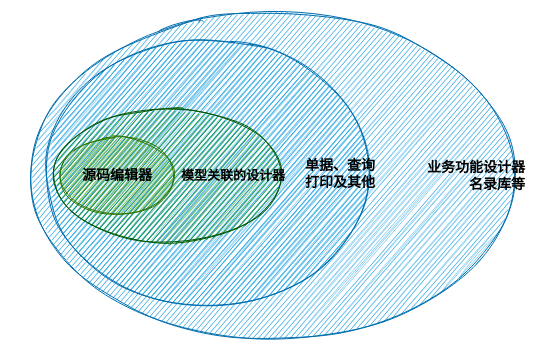
lornezhang66/draw.io keeps this draw.io diagram as page "设计期的多层次抽象" (2 of 3) of 轻量级业务构建体系.drawio. Above is the earlier version. Source tidied: cells renumbered, new cells numbered last; positions are measured from the earlier drawing's top-left corner, leaving out a move shared by most shapes. Both pictures are drawn from the tidied source at 100%, with x=0, y=0 at pixel (17, 17).
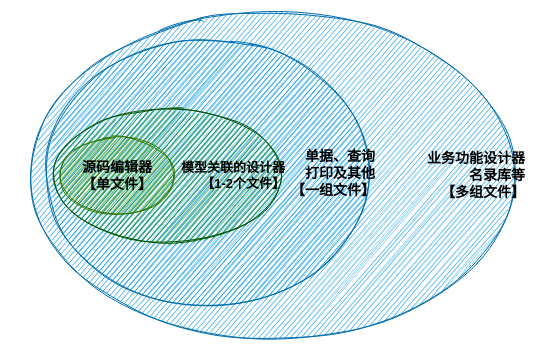
Above is the later version.

The edit, as a diff of the source:
```diff
@@
 <mxGraphModel>
   <root>
     <mxCell id="0" />
     <mxCell id="1" parent="0" />
-    <mxCell id="2" value="业务功能设计器&lt;br&gt;名录库等" style="ellipse;whiteSpace=wrap;html=1;rounded=1;glass=0;labelBackgroundColor=none;strokeColor=#006EAF;fillColor=#1ba1e2;align=right;fontStyle=1;fontColor=#000000;shadow=0;fontSize=14;sketch=1;" parent="1" vertex="1">
+    <mxCell id="2" value="&lt;blockquote style=&quot;margin: 0 0 0 40px; border: none; padding: 0px;&quot;&gt;&lt;blockquote style=&quot;margin: 0 0 0 40px; border: none; padding: 0px;&quot;&gt;&lt;blockquote style=&quot;margin: 0 0 0 40px; border: none; padding: 0px;&quot;&gt;&lt;blockquote style=&quot;margin: 0 0 0 40px; border: none; padding: 0px;&quot;&gt;业务功能设计器&lt;/blockquote&gt;&lt;/blockquote&gt;&lt;/blockquote&gt;&lt;blockquote style=&quot;margin: 0 0 0 40px; border: none; padding: 0px;&quot;&gt;&lt;blockquote style=&quot;margin: 0 0 0 40px; border: none; padding: 0px;&quot;&gt;&lt;blockquote style=&quot;margin: 0 0 0 40px; border: none; padding: 0px;&quot;&gt;名录库等&lt;/blockquote&gt;&lt;/blockquote&gt;&lt;/blockquote&gt;&lt;blockquote style=&quot;margin: 0 0 0 40px; border: none; padding: 0px;&quot;&gt;&lt;blockquote style=&quot;margin: 0 0 0 40px; border: none; padding: 0px;&quot;&gt;&lt;blockquote style=&quot;margin: 0 0 0 40px; border: none; padding: 0px;&quot;&gt;【多组文件】&lt;/blockquote&gt;&lt;/blockquote&gt;&lt;/blockquote&gt;&lt;/blockquote&gt;" style="ellipse;whiteSpace=wrap;html=1;rounded=1;glass=0;labelBackgroundColor=none;strokeColor=#006EAF;fillColor=#1ba1e2;align=right;fontStyle=1;fontColor=#000000;shadow=0;fontSize=14;sketch=1;" parent="1" vertex="1">
       <mxGeometry y="0.5" width="510" height="315" as="geometry" />
     </mxCell>
-    <mxCell id="3" value="单据、查询&lt;br&gt;打印及其他" style="ellipse;whiteSpace=wrap;html=1;rounded=1;glass=0;labelBackgroundColor=none;strokeColor=#006EAF;fillColor=#1ba1e2;align=right;fontStyle=1;fontColor=#000000;shadow=0;fontSize=14;sketch=1;" parent="1" vertex="1">
+    <mxCell id="3" value="单据、查询&lt;br&gt;打印及其他&lt;br&gt;【一组文件】" style="ellipse;whiteSpace=wrap;html=1;rounded=1;glass=0;labelBackgroundColor=none;strokeColor=#006EAF;fillColor=#1ba1e2;align=right;fontStyle=1;fontColor=#000000;shadow=0;fontSize=14;sketch=1;" parent="1" vertex="1">
       <mxGeometry x="20" y="28" width="340" height="255" as="geometry" />
     </mxCell>
-    <mxCell id="4" value="模型关联的设计器" style="ellipse;whiteSpace=wrap;html=1;rounded=1;glass=0;labelBackgroundColor=none;strokeColor=#005700;fillColor=#008a00;align=right;fontStyle=1;fontColor=#000000;shadow=0;fontSize=13;sketch=1;" parent="1" vertex="1">
+    <mxCell id="4" value="模型关联的设计器&lt;br&gt;【1-2个文件】" style="ellipse;whiteSpace=wrap;html=1;rounded=1;glass=0;labelBackgroundColor=none;strokeColor=#005700;fillColor=#008a00;align=right;fontStyle=1;fontColor=#000000;shadow=0;fontSize=13;sketch=1;" parent="1" vertex="1">
       <mxGeometry x="30" y="88" width="240" height="140" as="geometry" />
     </mxCell>
-    <mxCell id="5" value="源码编辑器" style="ellipse;whiteSpace=wrap;html=1;rounded=1;glass=0;labelBackgroundColor=none;strokeColor=#2D7600;fillColor=#60a917;fontColor=#000000;fontStyle=1;shadow=0;fontSize=14;sketch=1;" parent="1" vertex="1">
+    <mxCell id="5" value="源码编辑器&lt;br&gt;【单文件】" style="ellipse;whiteSpace=wrap;html=1;rounded=1;glass=0;labelBackgroundColor=none;strokeColor=#2D7600;fillColor=#60a917;fontColor=#000000;fontStyle=1;shadow=0;fontSize=14;sketch=1;" parent="1" vertex="1">
       <mxGeometry x="40" y="118" width="120" height="80" as="geometry" />
     </mxCell>
   </root>
 </mxGraphModel>
```
